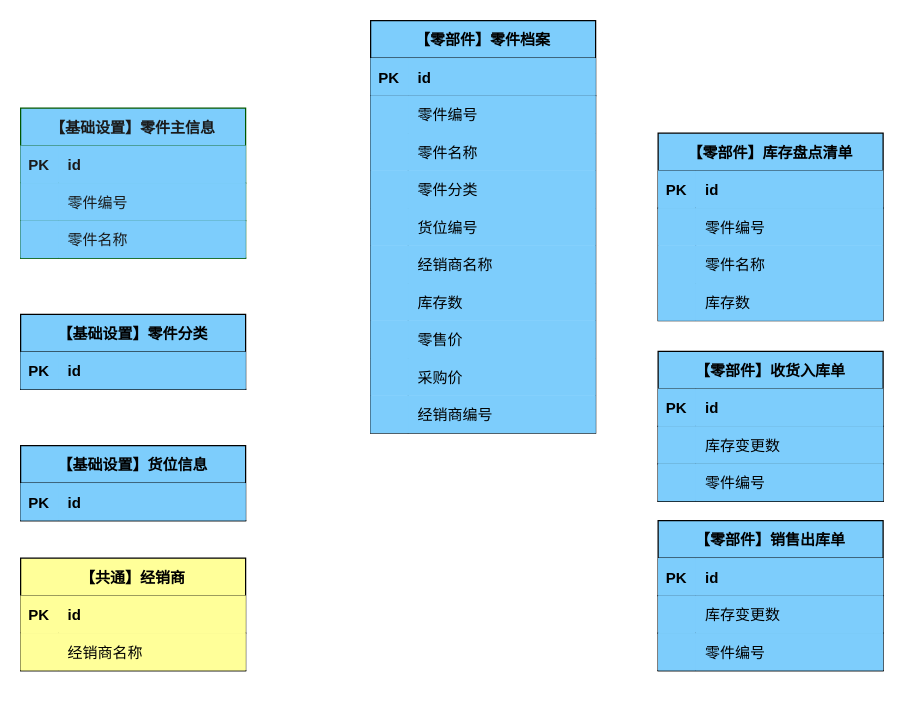
Earlier version of the draw.io diagram page "聚合根" (4 of 4) of 库存管理-零件档案管理.drawio (1132489442/gitRepository1). Source tidied: cells renumbered, new cells numbered last; positions are measured from the earlier drawing's top-left corner, leaving out a move shared by most shapes. Both pictures are drawn from the tidied source at 125%, with x=0, y=0 at pixel (20, 20).
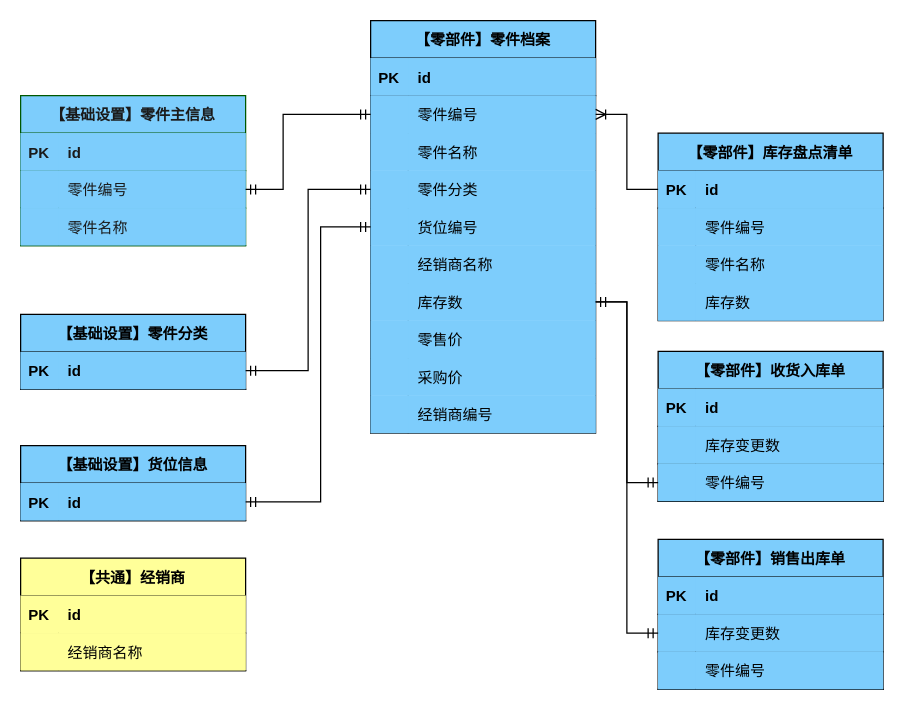
The same diagram, later.

Unchanged cells that the change refers to:
```xml
<mxCell id="3" style="shape=tableRow;horizontal=0;startSize=0;swimlaneHead=0;swimlaneBody=0;fillColor=#7DCDFC;points=[[0,0.5],[1,0.5]];portConstraint=eastwest;top=0;left=0;right=0;bottom=1;" parent="2" vertex="1">
  <mxGeometry y="30" width="180" height="30" as="geometry" />
</mxCell>
<mxCell id="10" style="shape=tableRow;horizontal=0;startSize=0;swimlaneHead=0;swimlaneBody=0;fillColor=#7DCDFC;points=[[0,0.5],[1,0.5]];portConstraint=eastwest;top=0;left=0;right=0;bottom=1;fontColor=#1A1A1A;strokeColor=#005700;fontStyle=0;" parent="6" vertex="1">
  <mxGeometry y="60" width="180" height="30" as="geometry" />
</mxCell>
<mxCell id="20" style="shape=tableRow;horizontal=0;startSize=0;swimlaneHead=0;swimlaneBody=0;fillColor=#7DCDFC;points=[[0,0.5],[1,0.5]];portConstraint=eastwest;top=0;left=0;right=0;bottom=0;" parent="16" vertex="1">
  <mxGeometry y="60" width="180" height="30" as="geometry" />
</mxCell>
<mxCell id="26" style="shape=tableRow;horizontal=0;startSize=0;swimlaneHead=0;swimlaneBody=0;fillColor=#7DCDFC;points=[[0,0.5],[1,0.5]];portConstraint=eastwest;top=0;left=0;right=0;bottom=0;" parent="16" vertex="1">
  <mxGeometry y="120" width="180" height="30" as="geometry" />
</mxCell>
<mxCell id="29" style="shape=tableRow;horizontal=0;startSize=0;swimlaneHead=0;swimlaneBody=0;fillColor=#7DCDFC;points=[[0,0.5],[1,0.5]];portConstraint=eastwest;top=0;left=0;right=0;bottom=0;" parent="16" vertex="1">
  <mxGeometry y="150" width="180" height="30" as="geometry" />
</mxCell>
<mxCell id="35" style="shape=tableRow;horizontal=0;startSize=0;swimlaneHead=0;swimlaneBody=0;fillColor=#7DCDFC;points=[[0,0.5],[1,0.5]];portConstraint=eastwest;top=0;left=0;right=0;bottom=0;" parent="16" vertex="1">
  <mxGeometry y="210" width="180" height="30" as="geometry" />
</mxCell>
<mxCell id="48" style="shape=tableRow;horizontal=0;startSize=0;swimlaneHead=0;swimlaneBody=0;fillColor=#7DCDFC;points=[[0,0.5],[1,0.5]];portConstraint=eastwest;top=0;left=0;right=0;bottom=1;" parent="47" vertex="1">
  <mxGeometry y="30" width="180" height="30" as="geometry" />
</mxCell>
<mxCell id="52" style="shape=tableRow;horizontal=0;startSize=0;swimlaneHead=0;swimlaneBody=0;fillColor=#7DCDFC;points=[[0,0.5],[1,0.5]];portConstraint=eastwest;top=0;left=0;right=0;bottom=1;" parent="51" vertex="1">
  <mxGeometry y="30" width="180" height="30" as="geometry" />
</mxCell>
<mxCell id="78" style="shape=tableRow;horizontal=0;startSize=0;swimlaneHead=0;swimlaneBody=0;fillColor=#7DCDFC;points=[[0,0.5],[1,0.5]];portConstraint=eastwest;top=0;left=0;right=0;bottom=1;" parent="71" vertex="1">
  <mxGeometry y="90" width="180" height="30" as="geometry" />
</mxCell>
<mxCell id="85" style="shape=tableRow;horizontal=0;startSize=0;swimlaneHead=0;swimlaneBody=0;fillColor=#7DCDFC;points=[[0,0.5],[1,0.5]];portConstraint=eastwest;top=0;left=0;right=0;bottom=1;" parent="81" vertex="1">
  <mxGeometry y="60" width="180" height="30" as="geometry" />
</mxCell>
```

Change to the diagram source:
```diff
@@
     <mxCell id="6" value="【基础设置】零件主信息" style="shape=table;startSize=30;childLayout=tableLayout;rowLines=0;fontStyle=1;align=center;fillColor=#7DCDFC;fontColor=#1A1A1A;strokeColor=#005700;" parent="1" vertex="1">
-      <mxGeometry y="70" width="180" height="120" as="geometry" />
+      <mxGeometry y="60" width="180" height="120" as="geometry" />
     </mxCell>
@@
     <mxCell id="81" value="【零部件】销售出库单" style="shape=table;startSize=30;childLayout=tableLayout;rowLines=0;fontStyle=1;align=center;fillColor=#7DCDFC;" parent="1" vertex="1">
-      <mxGeometry x="510" y="400" width="180" height="120" as="geometry" />
+      <mxGeometry x="510" y="415" width="180" height="120" as="geometry" />
     </mxCell>
@@
+    <mxCell id="91" style="edgeStyle=orthogonalEdgeStyle;rounded=0;jettySize=auto;html=1;exitX=1;exitY=0.5;exitDx=0;exitDy=0;entryX=0;entryY=0.5;entryDx=0;entryDy=0;fontColor=#1A1A1A;endArrow=ERmandOne;endFill=0;startArrow=ERmandOne;startFill=0;" parent="1" edge="1" source="10" target="20">
+      <mxGeometry relative="1" as="geometry">
+        <Array as="points">
+          <mxPoint x="210" y="135" />
+          <mxPoint x="210" y="75" />
+        </Array>
+      </mxGeometry>
+    </mxCell>
+    <mxCell id="92" style="edgeStyle=orthogonalEdgeStyle;rounded=0;jettySize=auto;html=1;exitX=1;exitY=0.5;exitDx=0;exitDy=0;entryX=0;entryY=0.5;entryDx=0;entryDy=0;fontColor=#1A1A1A;startArrow=ERmandOne;startFill=0;endArrow=ERmandOne;endFill=0;" parent="1" edge="1" source="48" target="26">
+      <mxGeometry relative="1" as="geometry" />
+    </mxCell>
+    <mxCell id="93" style="edgeStyle=orthogonalEdgeStyle;rounded=0;jettySize=auto;html=1;exitX=0;exitY=0.5;exitDx=0;exitDy=0;entryX=1;entryY=0.5;entryDx=0;entryDy=0;fontColor=#1A1A1A;startArrow=ERmandOne;startFill=0;endArrow=ERmandOne;endFill=0;" parent="1" edge="1" source="29" target="3">
+      <mxGeometry relative="1" as="geometry">
+        <Array as="points">
+          <mxPoint x="240" y="165" />
+          <mxPoint x="240" y="385" />
+        </Array>
+      </mxGeometry>
+    </mxCell>
+    <mxCell id="94" style="edgeStyle=orthogonalEdgeStyle;rounded=0;jettySize=auto;html=1;exitX=1;exitY=0.5;exitDx=0;exitDy=0;entryX=0;entryY=0.5;entryDx=0;entryDy=0;fontColor=#1A1A1A;startArrow=ERoneToMany;startFill=0;endArrow=none;endFill=0;" parent="1" edge="1" source="20" target="52">
+      <mxGeometry relative="1" as="geometry" />
+    </mxCell>
+    <mxCell id="95" style="edgeStyle=orthogonalEdgeStyle;rounded=0;jettySize=auto;html=1;exitX=0;exitY=0.5;exitDx=0;exitDy=0;entryX=1;entryY=0.5;entryDx=0;entryDy=0;fontColor=#1A1A1A;startArrow=ERmandOne;startFill=0;endArrow=none;endFill=0;" parent="1" edge="1" source="78" target="35">
+      <mxGeometry relative="1" as="geometry" />
+    </mxCell>
+    <mxCell id="96" style="edgeStyle=orthogonalEdgeStyle;rounded=0;jettySize=auto;html=1;exitX=1;exitY=0.5;exitDx=0;exitDy=0;entryX=0;entryY=0.5;entryDx=0;entryDy=0;fontColor=#1A1A1A;startArrow=ERmandOne;startFill=0;endArrow=ERmandOne;endFill=0;" parent="1" edge="1" source="35" target="85">
+      <mxGeometry relative="1" as="geometry" />
+    </mxCell>
```
